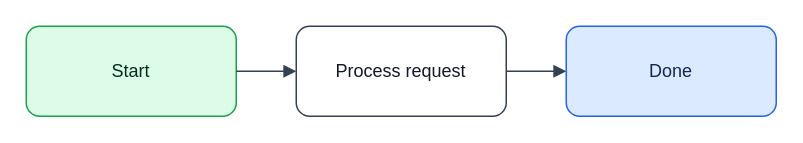
This is skills/engineering-workflows/drawio-diagrams/references/examples/example-clean.drawio from stark-ai-de/agent-skills, a draw.io file, before an edit. Source tidied: cells renumbered, new cells numbered last; positions are measured from the earlier drawing's top-left corner, leaving out a move shared by most shapes. Both pictures are drawn from the tidied source at 150%, with x=0, y=0 at pixel (26, 26).
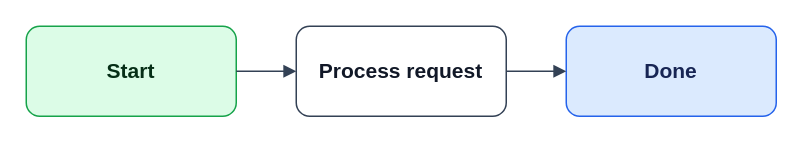
After the change.

Change to the diagram source:
```diff
@@
 <mxGraphModel>
   <root>
     <mxCell id="0" />
     <mxCell id="1" parent="0" />
-    <mxCell id="2" value="Start" style="rounded=1;whiteSpace=wrap;html=1;fillColor=light-dark(#dcfce7,#14532d);strokeColor=light-dark(#16a34a,#86efac);fontColor=light-dark(#052e16,#f0fdf4);" parent="1" vertex="1">
+    <mxCell id="2" value="Start" style="rounded=1;whiteSpace=wrap;html=1;fillColor=light-dark(#dcfce7,#14532d);strokeColor=light-dark(#16a34a,#86efac);fontColor=light-dark(#052e16,#f0fdf4);fontSize=14;fontStyle=1;" parent="1" vertex="1">
       <mxGeometry width="140" height="60" as="geometry" />
     </mxCell>
-    <mxCell id="3" value="Process request" style="rounded=1;whiteSpace=wrap;html=1;fillColor=light-dark(#ffffff,#1f2937);strokeColor=light-dark(#334155,#cbd5e1);fontColor=light-dark(#111827,#f9fafb);" parent="1" vertex="1">
+    <mxCell id="3" value="Process request" style="rounded=1;whiteSpace=wrap;html=1;fillColor=light-dark(#ffffff,#1f2937);strokeColor=light-dark(#334155,#cbd5e1);fontColor=light-dark(#111827,#f9fafb);fontSize=14;fontStyle=1;" parent="1" vertex="1">
       <mxGeometry x="180" width="140" height="60" as="geometry" />
     </mxCell>
-    <mxCell id="4" value="Done" style="rounded=1;whiteSpace=wrap;html=1;fillColor=light-dark(#dbeafe,#1e3a8a);strokeColor=light-dark(#2563eb,#93c5fd);fontColor=light-dark(#172554,#eff6ff);" parent="1" vertex="1">
+    <mxCell id="4" value="Done" style="rounded=1;whiteSpace=wrap;html=1;fillColor=light-dark(#dbeafe,#1e3a8a);strokeColor=light-dark(#2563eb,#93c5fd);fontColor=light-dark(#172554,#eff6ff);fontSize=14;fontStyle=1;" parent="1" vertex="1">
       <mxGeometry x="360" width="140" height="60" as="geometry" />
     </mxCell>
-    <mxCell id="5" style="edgeStyle=orthogonalEdgeStyle;rounded=0;jettySize=auto;html=1;endArrow=block;strokeColor=light-dark(#334155,#cbd5e1);" parent="1" edge="1" source="2" target="3">
+    <mxCell id="5" style="edgeStyle=orthogonalEdgeStyle;rounded=0;jettySize=auto;html=1;endArrow=block;strokeColor=light-dark(#334155,#cbd5e1);dataRole=process-flow;flowAnimation=1;" parent="1" edge="1" source="2" target="3">
       <mxGeometry relative="1" as="geometry" />
     </mxCell>
-    <mxCell id="6" style="edgeStyle=orthogonalEdgeStyle;rounded=0;jettySize=auto;html=1;endArrow=block;strokeColor=light-dark(#334155,#cbd5e1);" parent="1" edge="1" source="3" target="4">
+    <mxCell id="6" style="edgeStyle=orthogonalEdgeStyle;rounded=0;jettySize=auto;html=1;endArrow=block;strokeColor=light-dark(#334155,#cbd5e1);dataRole=process-flow;flowAnimation=1;" parent="1" edge="1" source="3" target="4">
       <mxGeometry relative="1" as="geometry" />
     </mxCell>
   </root>
 </mxGraphModel>
```
